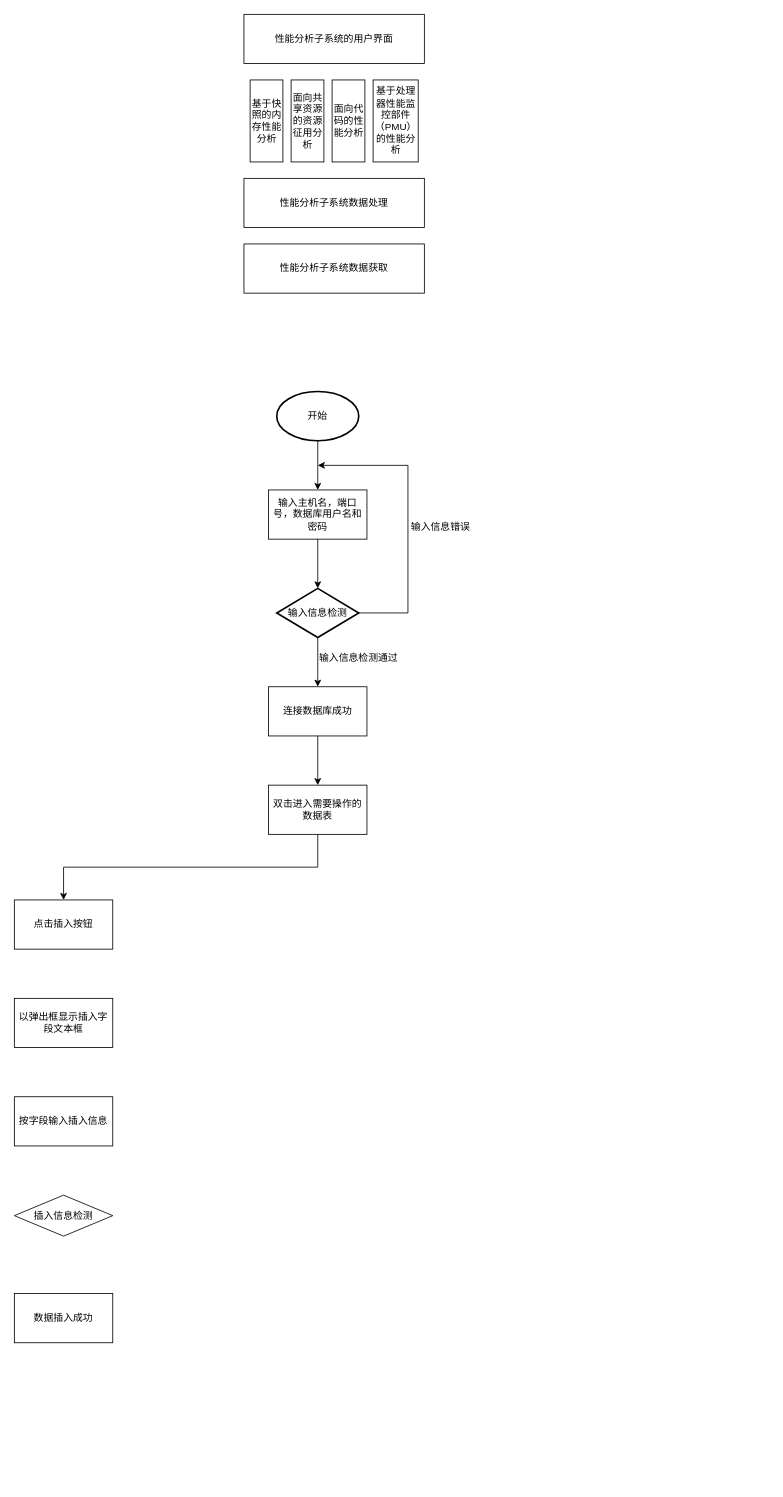
This is page "第 2 页" (2 of 2) of Untitled Diagram.drawio from liuyifeng123321/worker, a draw.io file, before an edit. Source tidied: cells renumbered, new cells numbered last; positions are measured from the earlier drawing's top-left corner, leaving out a move shared by most shapes. Both pictures are drawn from the tidied source at 82%, with x=0, y=0 at pixel (14, 14).
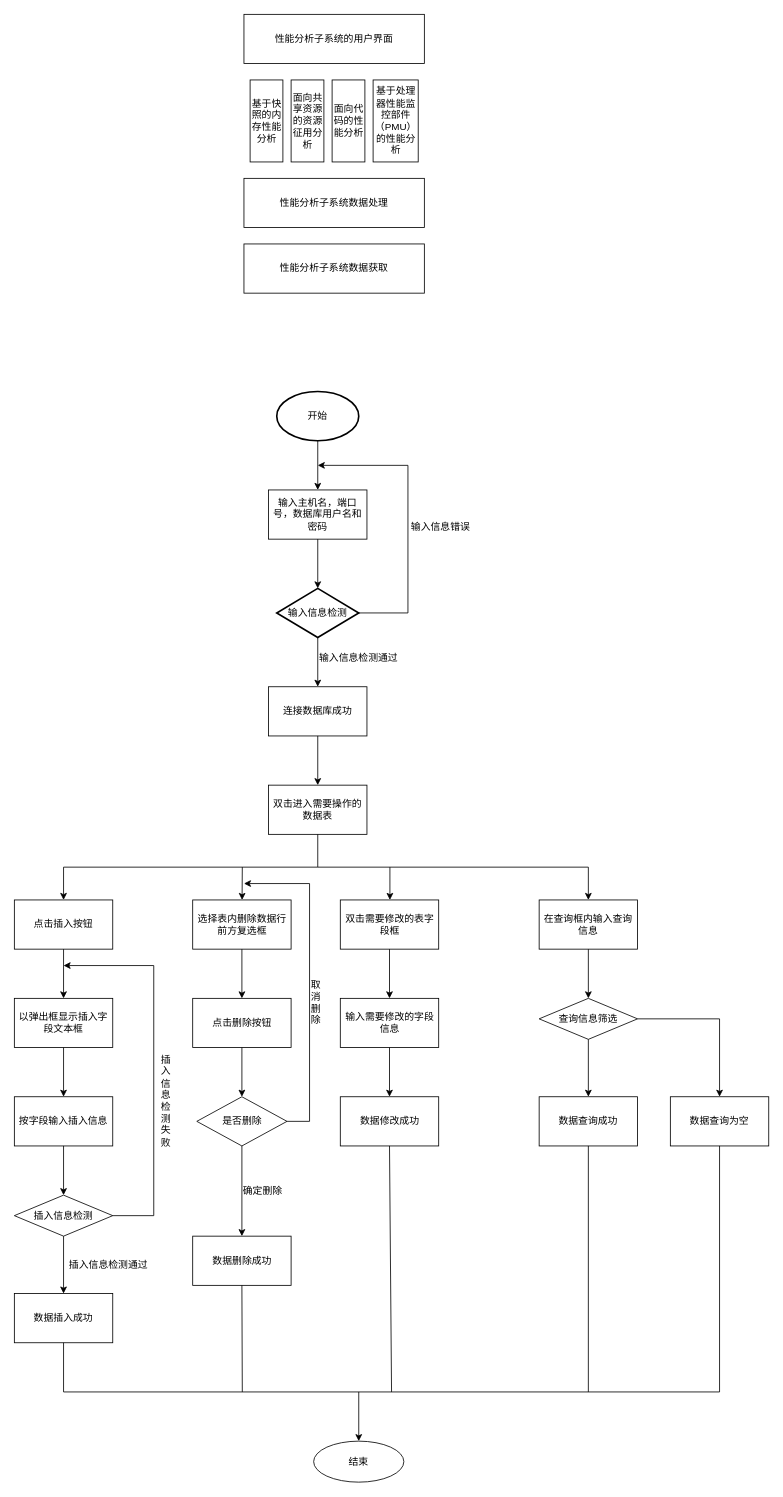
After the change.

The change refers to these unchanged cells:
```xml
<mxCell id="23" value="点击插入按钮" style="rounded=0;whiteSpace=wrap;html=1;" parent="1" vertex="1">
  <mxGeometry y="1080" width="120" height="60" as="geometry" />
</mxCell>
<mxCell id="24" value="以弹出框显示插入字段文本框" style="rounded=0;whiteSpace=wrap;html=1;" parent="1" vertex="1">
  <mxGeometry y="1200" width="120" height="60" as="geometry" />
</mxCell>
<mxCell id="25" value="按字段输入插入信息" style="rounded=0;whiteSpace=wrap;html=1;" parent="1" vertex="1">
  <mxGeometry y="1320" width="120" height="60" as="geometry" />
</mxCell>
<mxCell id="26" value="插入信息检测" style="rhombus;whiteSpace=wrap;html=1;" parent="1" vertex="1">
  <mxGeometry y="1440" width="120" height="50" as="geometry" />
</mxCell>
<mxCell id="27" value="数据插入成功" style="rounded=0;whiteSpace=wrap;html=1;" parent="1" vertex="1">
  <mxGeometry y="1560" width="120" height="60" as="geometry" />
</mxCell>
```

Change to the diagram source:
```diff
@@
+    <mxCell id="31" style="endArrow=classic;html=1;rounded=0;exitX=0.5;exitY=1;exitDx=0;exitDy=0;entryX=0.5;entryY=0;entryDx=0;entryDy=0;" parent="1" edge="1" source="23" target="24">
+      <mxGeometry relative="1" as="geometry" />
+    </mxCell>
+    <mxCell id="32" style="endArrow=classic;html=1;rounded=0;exitX=0.5;exitY=1;exitDx=0;exitDy=0;entryX=0.5;entryY=0;entryDx=0;entryDy=0;" parent="1" edge="1" source="24" target="25">
+      <mxGeometry relative="1" as="geometry" />
+    </mxCell>
+    <mxCell id="33" style="endArrow=classic;html=1;rounded=0;exitX=0.5;exitY=1;exitDx=0;exitDy=0;entryX=0.5;entryY=0;entryDx=0;entryDy=0;" parent="1" edge="1" source="25" target="26">
+      <mxGeometry relative="1" as="geometry" />
+    </mxCell>
+    <mxCell id="34" style="endArrow=classic;html=1;rounded=0;exitX=0.5;exitY=1;exitDx=0;exitDy=0;entryX=0.5;entryY=0;entryDx=0;entryDy=0;" parent="1" edge="1" source="26" target="27">
+      <mxGeometry relative="1" as="geometry" />
+    </mxCell>
+    <mxCell id="35" style="endArrow=none;html=1;rounded=0;exitX=1;exitY=0.5;exitDx=0;exitDy=0;" parent="1" edge="1" source="26">
+      <mxGeometry relative="1" as="geometry">
+        <mxPoint x="170" y="1465" as="targetPoint" />
+      </mxGeometry>
+    </mxCell>
+    <mxCell id="36" style="endArrow=none;html=1;rounded=0;" parent="1" edge="1">
+      <mxGeometry relative="1" as="geometry">
+        <mxPoint x="170" y="1465" as="sourcePoint" />
+        <mxPoint x="170" y="1160" as="targetPoint" />
+      </mxGeometry>
+    </mxCell>
+    <mxCell id="37" style="endArrow=classic;html=1;rounded=0;" parent="1" edge="1">
+      <mxGeometry relative="1" as="geometry">
+        <mxPoint x="170" y="1160" as="sourcePoint" />
+        <mxPoint x="60" y="1160" as="targetPoint" />
+      </mxGeometry>
+    </mxCell>
+    <mxCell id="38" value="插&lt;br&gt;入&lt;br&gt;信&lt;br&gt;息&lt;br&gt;检&lt;br&gt;测&lt;br&gt;失&lt;br&gt;败" style="text;html=1;strokeColor=none;fillColor=none;align=center;verticalAlign=middle;whiteSpace=wrap;rounded=0;" parent="1" vertex="1">
+      <mxGeometry x="150" y="1310" width="70" height="30" as="geometry" />
+    </mxCell>
+    <mxCell id="39" value="插入信息检测通过" style="text;html=1;strokeColor=none;fillColor=none;align=center;verticalAlign=middle;whiteSpace=wrap;rounded=0;" parent="1" vertex="1">
+      <mxGeometry x="60" y="1510" width="110" height="30" as="geometry" />
+    </mxCell>
+    <mxCell id="40" value="选择表内删除数据行前方复选框" style="rounded=0;whiteSpace=wrap;html=1;" parent="1" vertex="1">
+      <mxGeometry x="217.5" y="1080" width="120" height="60" as="geometry" />
+    </mxCell>
+    <mxCell id="41" value="点击删除按钮" style="rounded=0;whiteSpace=wrap;html=1;" parent="1" vertex="1">
+      <mxGeometry x="217.5" y="1200" width="120" height="60" as="geometry" />
+    </mxCell>
+    <mxCell id="42" value="是否删除" style="rhombus;whiteSpace=wrap;html=1;" parent="1" vertex="1">
+      <mxGeometry x="222.5" y="1320" width="110" height="60" as="geometry" />
+    </mxCell>
+    <mxCell id="43" value="数据删除成功" style="rounded=0;whiteSpace=wrap;html=1;" parent="1" vertex="1">
+      <mxGeometry x="217.5" y="1490" width="120" height="60" as="geometry" />
+    </mxCell>
+    <mxCell id="44" style="endArrow=classic;html=1;rounded=0;" parent="1" edge="1" target="40">
+      <mxGeometry relative="1" as="geometry">
+        <mxPoint x="278" y="1040" as="sourcePoint" />
+      </mxGeometry>
+    </mxCell>
+    <mxCell id="45" style="endArrow=classic;html=1;rounded=0;exitX=0.5;exitY=1;exitDx=0;exitDy=0;" parent="1" edge="1" source="40" target="41">
+      <mxGeometry relative="1" as="geometry" />
+    </mxCell>
+    <mxCell id="46" style="endArrow=classic;html=1;rounded=0;exitX=0.5;exitY=1;exitDx=0;exitDy=0;entryX=0.5;entryY=0;entryDx=0;entryDy=0;" parent="1" edge="1" source="41" target="42">
+      <mxGeometry relative="1" as="geometry" />
+    </mxCell>
+    <mxCell id="47" style="endArrow=classic;html=1;rounded=0;exitX=0.5;exitY=1;exitDx=0;exitDy=0;" parent="1" edge="1" source="42" target="43">
+      <mxGeometry relative="1" as="geometry" />
+    </mxCell>
+    <mxCell id="48" value="确定删除" style="text;html=1;strokeColor=none;fillColor=none;align=center;verticalAlign=middle;whiteSpace=wrap;rounded=0;" parent="1" vertex="1">
+      <mxGeometry x="272.5" y="1420" width="60" height="30" as="geometry" />
+    </mxCell>
+    <mxCell id="49" style="endArrow=none;html=1;rounded=0;exitX=1;exitY=0.5;exitDx=0;exitDy=0;" parent="1" edge="1" source="42">
+      <mxGeometry relative="1" as="geometry">
+        <mxPoint x="360" y="1350" as="targetPoint" />
+      </mxGeometry>
+    </mxCell>
+    <mxCell id="50" style="endArrow=none;html=1;rounded=0;" parent="1" edge="1">
+      <mxGeometry relative="1" as="geometry">
+        <mxPoint x="360" y="1350" as="sourcePoint" />
+        <mxPoint x="360" y="1060" as="targetPoint" />
+      </mxGeometry>
+    </mxCell>
+    <mxCell id="51" style="endArrow=classic;html=1;rounded=0;" parent="1" edge="1">
+      <mxGeometry relative="1" as="geometry">
+        <mxPoint x="360" y="1060" as="sourcePoint" />
+        <mxPoint x="280" y="1060" as="targetPoint" />
+      </mxGeometry>
+    </mxCell>
+    <mxCell id="52" value="取&lt;br&gt;消&lt;br&gt;删&lt;br&gt;除" style="text;html=1;strokeColor=none;fillColor=none;align=center;verticalAlign=middle;whiteSpace=wrap;rounded=0;" parent="1" vertex="1">
+      <mxGeometry x="337.5" y="1190" width="60" height="30" as="geometry" />
+    </mxCell>
+    <mxCell id="53" value="双击需要修改的表字段框" style="rounded=0;whiteSpace=wrap;html=1;" parent="1" vertex="1">
+      <mxGeometry x="397.5" y="1080" width="120" height="60" as="geometry" />
+    </mxCell>
+    <mxCell id="54" value="输入需要修改的字段信息" style="rounded=0;whiteSpace=wrap;html=1;" parent="1" vertex="1">
+      <mxGeometry x="397.5" y="1200" width="120" height="60" as="geometry" />
+    </mxCell>
+    <mxCell id="55" value="数据修改成功" style="rounded=0;whiteSpace=wrap;html=1;" parent="1" vertex="1">
+      <mxGeometry x="397.5" y="1320" width="120" height="60" as="geometry" />
+    </mxCell>
+    <mxCell id="56" style="endArrow=none;html=1;rounded=0;" parent="1" edge="1">
+      <mxGeometry relative="1" as="geometry">
+        <mxPoint x="370" y="1040" as="sourcePoint" />
+        <mxPoint x="700" y="1040" as="targetPoint" />
+      </mxGeometry>
+    </mxCell>
+    <mxCell id="57" style="endArrow=classic;html=1;rounded=0;" parent="1" edge="1" target="53">
+      <mxGeometry relative="1" as="geometry">
+        <mxPoint x="458" y="1040" as="sourcePoint" />
+        <Array as="points">
+          <mxPoint x="458" y="1080" />
+        </Array>
+      </mxGeometry>
+    </mxCell>
+    <mxCell id="58" style="endArrow=classic;html=1;rounded=0;exitX=0.5;exitY=1;exitDx=0;exitDy=0;entryX=0.5;entryY=0;entryDx=0;entryDy=0;" parent="1" edge="1" source="53" target="54">
+      <mxGeometry relative="1" as="geometry" />
+    </mxCell>
+    <mxCell id="59" style="endArrow=classic;html=1;rounded=0;exitX=0.5;exitY=1;exitDx=0;exitDy=0;entryX=0.5;entryY=0;entryDx=0;entryDy=0;" parent="1" edge="1" source="54" target="55">
+      <mxGeometry relative="1" as="geometry" />
+    </mxCell>
+    <mxCell id="60" value="在查询框内输入查询信息" style="rounded=0;whiteSpace=wrap;html=1;" parent="1" vertex="1">
+      <mxGeometry x="640" y="1080" width="120" height="60" as="geometry" />
+    </mxCell>
+    <mxCell id="61" value="查询信息筛选" style="rhombus;whiteSpace=wrap;html=1;" parent="1" vertex="1">
+      <mxGeometry x="640" y="1200" width="120" height="50" as="geometry" />
+    </mxCell>
+    <mxCell id="62" value="数据查询成功" style="rounded=0;whiteSpace=wrap;html=1;" parent="1" vertex="1">
+      <mxGeometry x="640" y="1320" width="120" height="60" as="geometry" />
+    </mxCell>
+    <mxCell id="63" value="数据查询为空" style="rounded=0;whiteSpace=wrap;html=1;" parent="1" vertex="1">
+      <mxGeometry x="800" y="1320" width="120" height="60" as="geometry" />
+    </mxCell>
+    <mxCell id="64" style="endArrow=classic;html=1;rounded=0;" parent="1" edge="1" target="60">
+      <mxGeometry relative="1" as="geometry">
+        <mxPoint x="700" y="1040" as="sourcePoint" />
+      </mxGeometry>
+    </mxCell>
+    <mxCell id="65" style="endArrow=classic;html=1;rounded=0;exitX=0.5;exitY=1;exitDx=0;exitDy=0;" parent="1" edge="1" source="60" target="61">
+      <mxGeometry relative="1" as="geometry" />
+    </mxCell>
+    <mxCell id="66" style="endArrow=classic;html=1;rounded=0;exitX=0.5;exitY=1;exitDx=0;exitDy=0;entryX=0.5;entryY=0;entryDx=0;entryDy=0;" parent="1" edge="1" source="61" target="62">
+      <mxGeometry relative="1" as="geometry" />
+    </mxCell>
+    <mxCell id="67" style="endArrow=none;html=1;rounded=0;exitX=1;exitY=0.5;exitDx=0;exitDy=0;" parent="1" edge="1" source="61">
+      <mxGeometry relative="1" as="geometry">
+        <mxPoint x="860" y="1225" as="targetPoint" />
+      </mxGeometry>
+    </mxCell>
+    <mxCell id="68" style="endArrow=classic;html=1;rounded=0;entryX=0.5;entryY=0;entryDx=0;entryDy=0;" parent="1" edge="1" target="63">
+      <mxGeometry relative="1" as="geometry">
+        <mxPoint x="860" y="1225" as="sourcePoint" />
+      </mxGeometry>
+    </mxCell>
+    <mxCell id="69" value="结束" style="ellipse;whiteSpace=wrap;html=1;" parent="1" vertex="1">
+      <mxGeometry x="365" y="1740" width="110" height="50" as="geometry" />
+    </mxCell>
+    <mxCell id="70" style="endArrow=none;html=1;rounded=0;" parent="1" edge="1">
+      <mxGeometry relative="1" as="geometry">
+        <mxPoint x="60" y="1680" as="sourcePoint" />
+        <mxPoint x="860" y="1680" as="targetPoint" />
+      </mxGeometry>
+    </mxCell>
+    <mxCell id="71" style="endArrow=none;html=1;rounded=0;" parent="1" edge="1">
+      <mxGeometry relative="1" as="geometry">
+        <mxPoint x="60" y="1680" as="sourcePoint" />
+        <mxPoint x="60" y="1620" as="targetPoint" />
+      </mxGeometry>
+    </mxCell>
+    <mxCell id="72" style="endArrow=none;html=1;rounded=0;entryX=0.5;entryY=1;entryDx=0;entryDy=0;" parent="1" edge="1" target="43">
+      <mxGeometry relative="1" as="geometry">
+        <mxPoint x="278" y="1680" as="sourcePoint" />
+      </mxGeometry>
+    </mxCell>
+    <mxCell id="73" style="endArrow=none;html=1;rounded=0;entryX=0.5;entryY=1;entryDx=0;entryDy=0;" parent="1" edge="1" target="55">
+      <mxGeometry relative="1" as="geometry">
+        <mxPoint x="460" y="1680" as="sourcePoint" />
+      </mxGeometry>
+    </mxCell>
+    <mxCell id="74" style="endArrow=none;html=1;rounded=0;entryX=0.5;entryY=1;entryDx=0;entryDy=0;" parent="1" edge="1" target="62">
+      <mxGeometry relative="1" as="geometry">
+        <mxPoint x="700" y="1680" as="sourcePoint" />
+      </mxGeometry>
+    </mxCell>
+    <mxCell id="75" style="endArrow=none;html=1;rounded=0;entryX=0.5;entryY=1;entryDx=0;entryDy=0;" parent="1" edge="1" target="63">
+      <mxGeometry relative="1" as="geometry">
+        <mxPoint x="860" y="1680" as="sourcePoint" />
+      </mxGeometry>
+    </mxCell>
+    <mxCell id="76" style="endArrow=classic;html=1;rounded=0;entryX=0.5;entryY=0;entryDx=0;entryDy=0;" parent="1" edge="1" target="69">
+      <mxGeometry relative="1" as="geometry">
+        <mxPoint x="420" y="1680" as="sourcePoint" />
+      </mxGeometry>
+    </mxCell>
```
